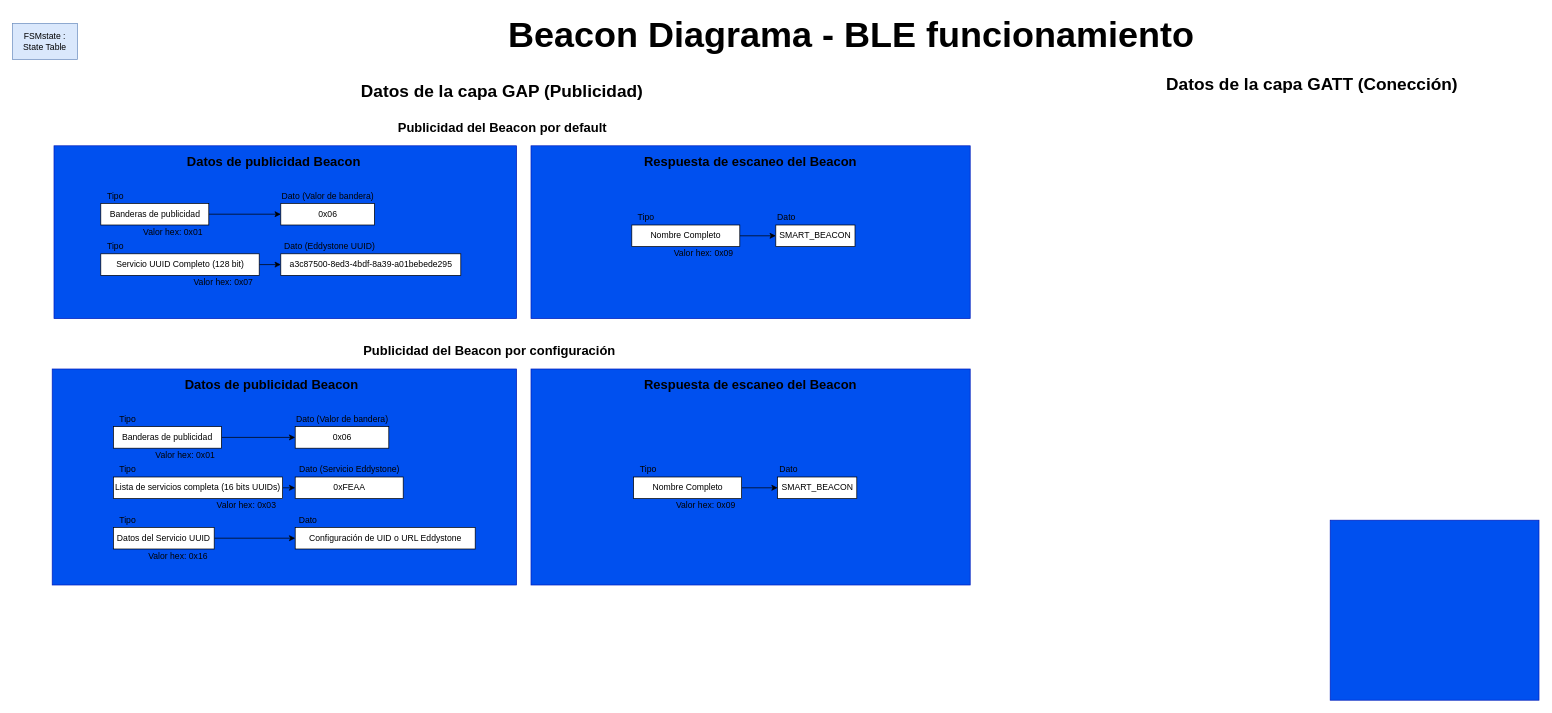
Earlier version of the draw.io diagram BLE_funcionamiento/Bloques_funcionamiento_BLE.drawio (NelsonDavila/Beacon_Diagramas). Source tidied: cells renumbered, new cells numbered last; positions are measured from the earlier drawing's top-left corner, leaving out a move shared by most shapes. Both pictures are drawn from the tidied source at 72%, with x=0, y=0 at pixel (12, 16).
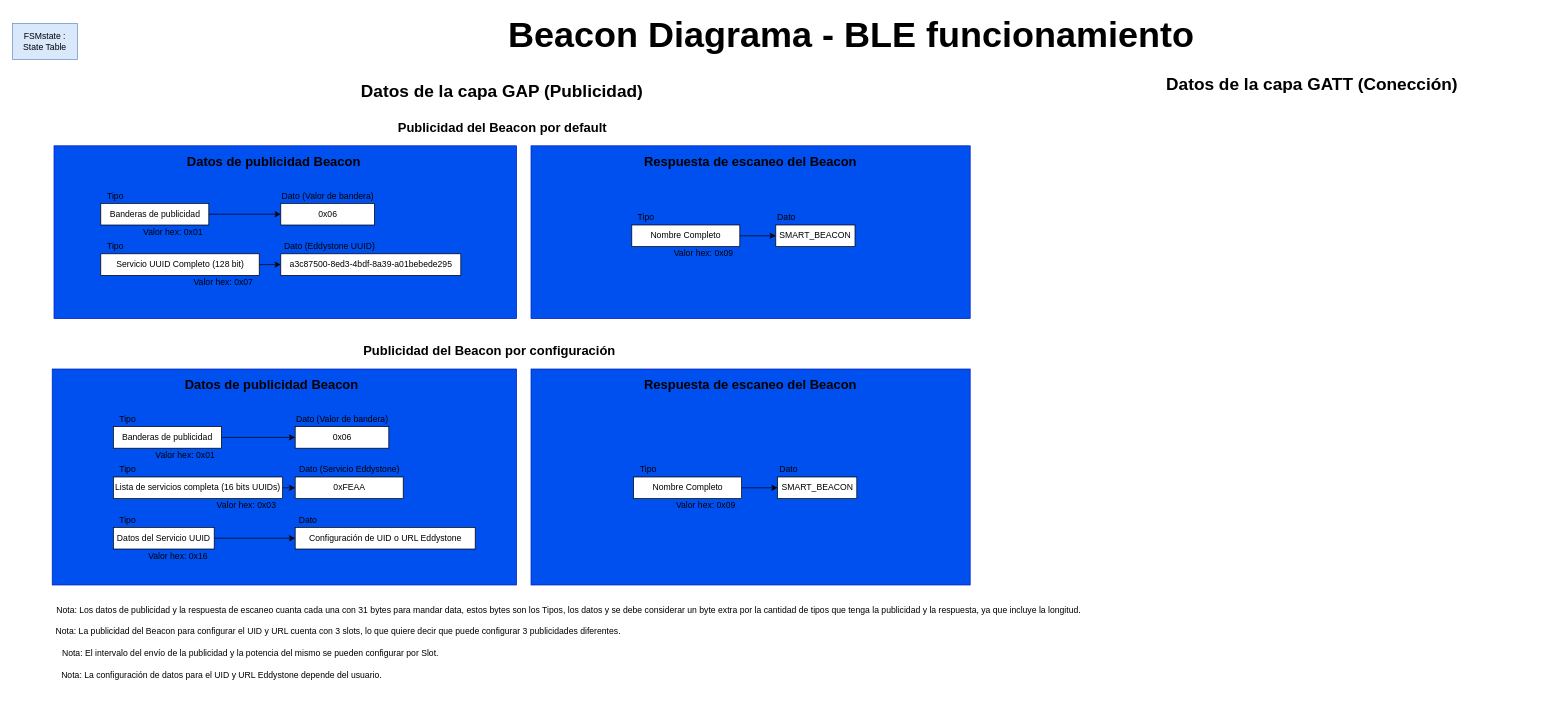
After the change.

Commit message:
Agregar notas a la explicacion GAP

What changed in the source:
```diff
@@
-    <mxCell id="14" style="rounded=0;whiteSpace=wrap;html=1;fillColor=#0050ef;strokeColor=#001DBC;fontColor=#ffffff;" parent="1" vertex="1">
-      <mxGeometry x="1830" y="700" width="290" height="250" as="geometry" />
-    </mxCell>
@@
+    <mxCell id="59" value="&lt;br&gt;&lt;div&gt;Nota: Los datos de publicidad y la respuesta de escaneo cuanta cada una con 31 bytes para mandar data, estos bytes son los Tipos, los datos y se debe considerar un byte extra por la cantidad de tipos que tenga la publicidad y la respuesta, ya que incluye la longitud.&lt;/div&gt;&lt;div&gt;&lt;br&gt;&lt;/div&gt;" style="text;html=1;whiteSpace=wrap;strokeColor=none;fillColor=none;align=center;verticalAlign=middle;rounded=0;" parent="1" vertex="1">
+      <mxGeometry x="50" y="810" width="1445" height="30" as="geometry" />
+    </mxCell>
+    <mxCell id="60" value="Nota: La configuración de datos para el UID y URL Eddystone depende del usuario." style="text;html=1;whiteSpace=wrap;strokeColor=none;fillColor=none;align=center;verticalAlign=middle;rounded=0;" parent="1" vertex="1">
+      <mxGeometry x="57.5" y="900" width="465" height="30" as="geometry" />
+    </mxCell>
+    <mxCell id="61" value="&lt;div&gt;Nota: El intervalo del envío de la publicidad y la potencia del mismo se pueden configurar por Slot.&lt;/div&gt;" style="text;html=1;whiteSpace=wrap;strokeColor=none;fillColor=none;align=center;verticalAlign=middle;rounded=0;" parent="1" vertex="1">
+      <mxGeometry x="57.5" y="870" width="545" height="30" as="geometry" />
+    </mxCell>
+    <mxCell id="62" value="&lt;div&gt;Nota: La publicidad del Beacon para configurar el UID y URL cuenta con 3 slots, lo que quiere decir que puede configurar 3 publicidades diferentes.&lt;/div&gt;" style="text;html=1;whiteSpace=wrap;strokeColor=none;fillColor=none;align=center;verticalAlign=middle;rounded=0;" parent="1" vertex="1">
+      <mxGeometry x="50" y="840" width="805" height="30" as="geometry" />
+    </mxCell>
```
